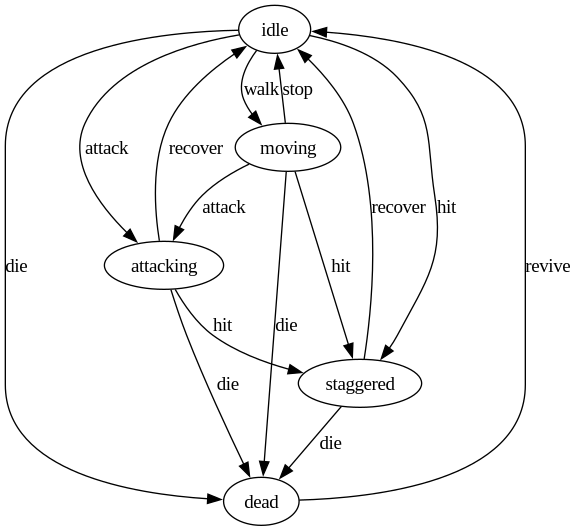
This is hw4/fsm.png from pnkamath/Guru_26_Spring, a Graphviz export, as it was before one commit. Its source is kept beside it as hw4/fsm.dot.
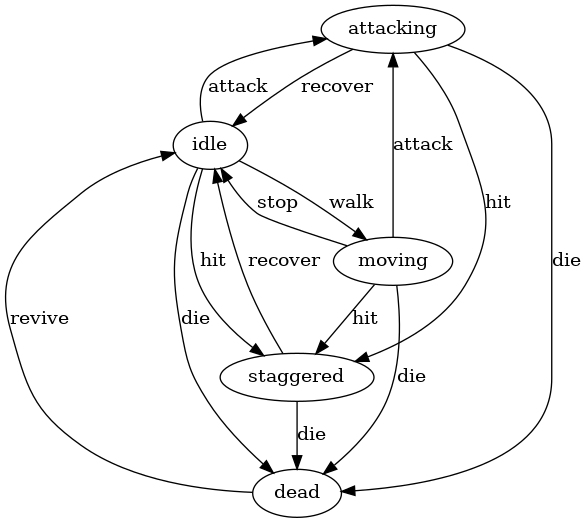
The same file after the commit.

Diff of the diagram source:
```diff
@@ -1,16 +1,16 @@
 digraph fsm {
+  attacking -> idle [ label="recover" ]
+  attacking -> dead [ label="die" ]
+  attacking -> staggered [ label="hit" ]
+  staggered -> dead [ label="die" ]
+  staggered -> idle [ label="recover" ]
+  dead -> idle [ label="revive" ]
+  moving -> attacking [ label="attack" ]
+  moving -> idle [ label="stop" ]
+  moving -> dead [ label="die" ]
+  moving -> staggered [ label="hit" ]
   idle -> attacking [ label="attack" ]
   idle -> dead [ label="die" ]
+  idle -> moving [ label="walk" ]
   idle -> staggered [ label="hit" ]
-  idle -> moving [ label="walk" ]
-  attacking -> idle [ label="recover" ]
-  attacking -> staggered [ label="hit" ]
-  attacking -> dead [ label="die" ]
-  dead -> idle [ label="revive" ]
-  moving -> attacking [ label="attack" ]
-  moving -> dead [ label="die" ]
-  moving -> staggered [ label="hit" ]
-  moving -> idle [ label="stop" ]
-  staggered -> dead [ label="die" ]
-  staggered -> idle [ label="recover" ]
 }
```
